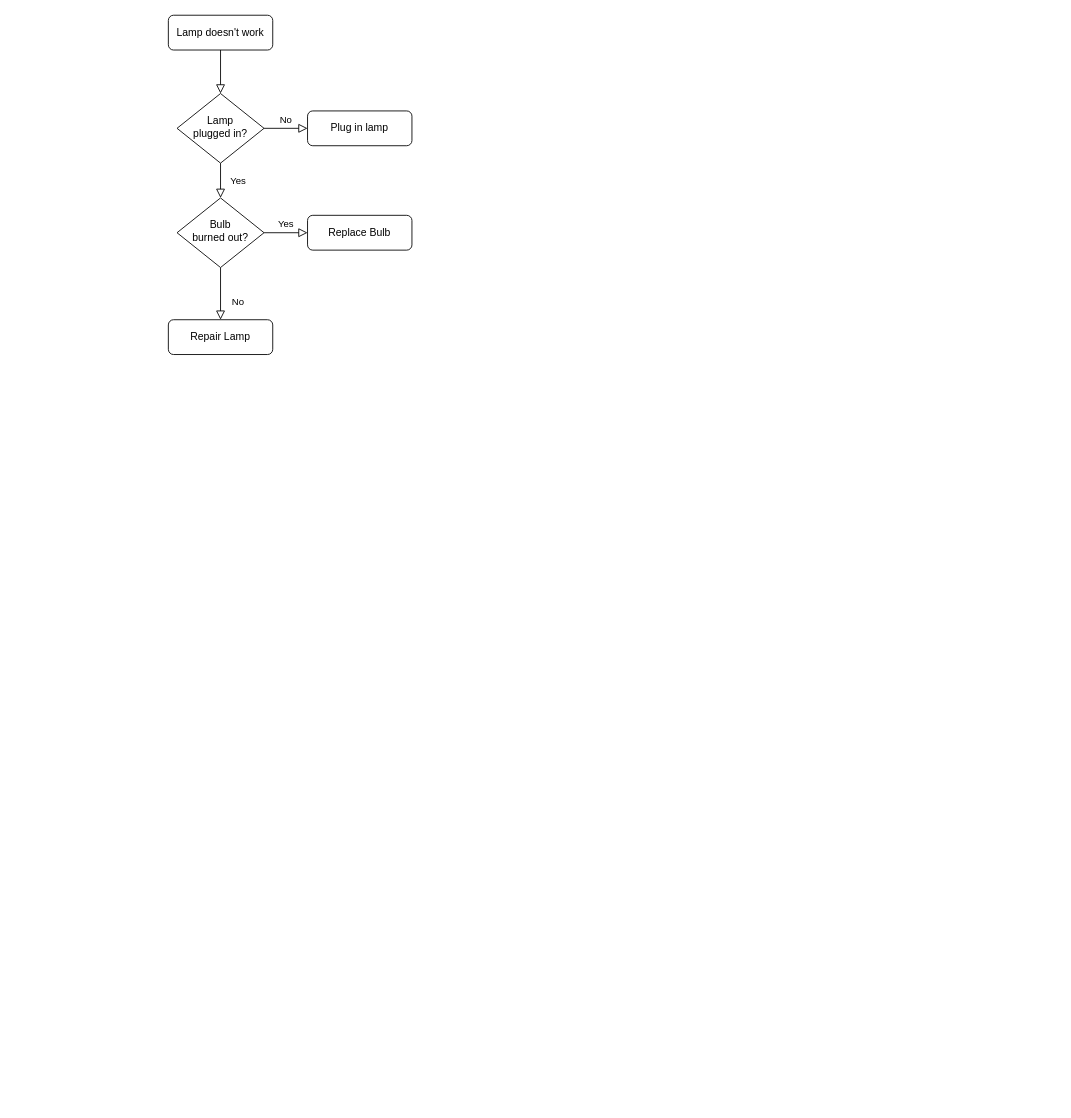
Before: 未命名绘图.drawio in chaixiang2002/repo, a draw.io diagram. Source tidied: cells renumbered, new cells numbered last; positions are measured from the earlier drawing's top-left corner, leaving out a move shared by most shapes. Both pictures are drawn from the tidied source at 87%, with x=0, y=0 at pixel (168, 15).
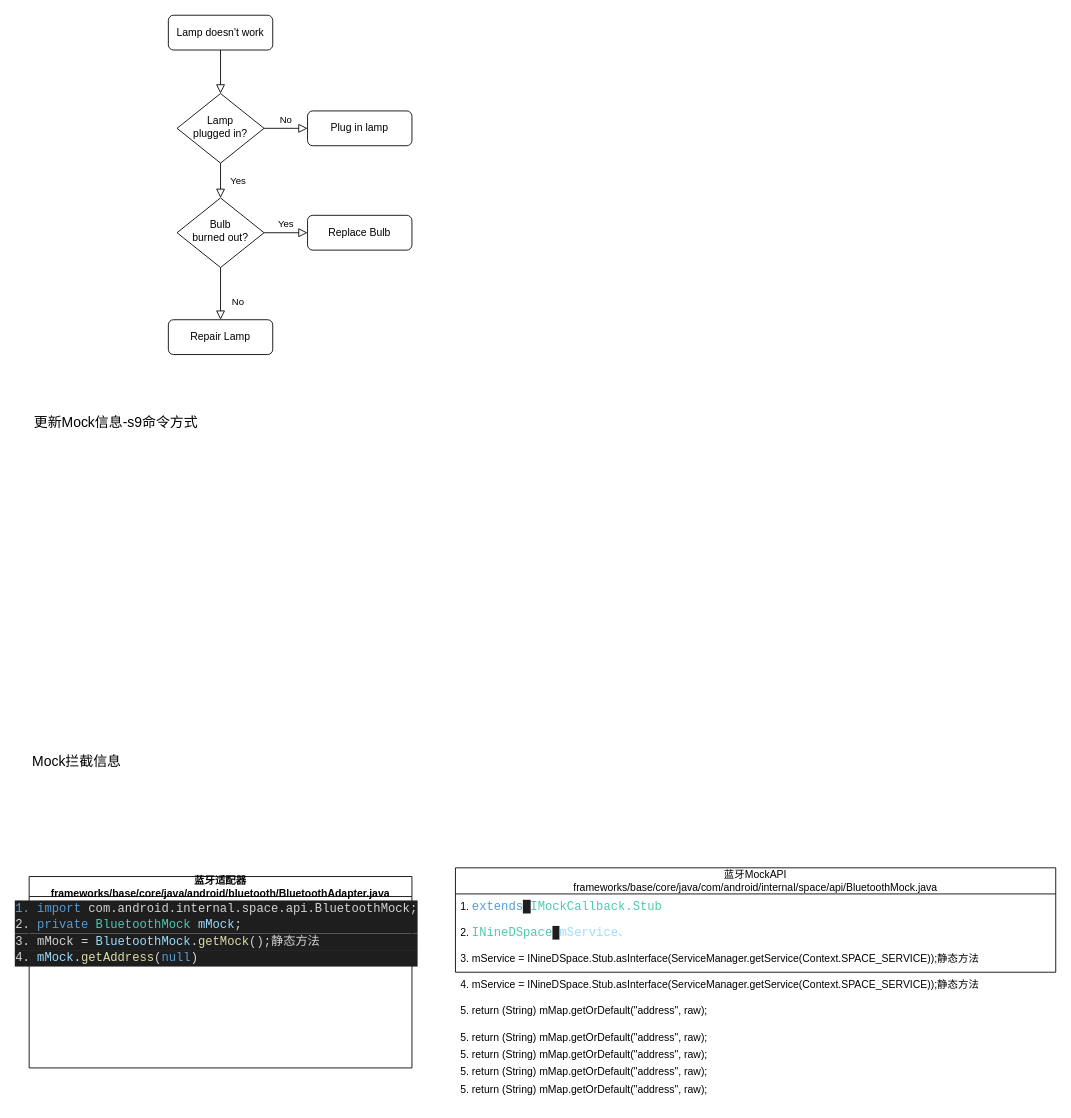
The same diagram, later.

The edit, as a diff of the source:
```diff
@@
+    <mxCell id="13" value="更新Mock信息-s9命令方式" style="text;html=1;align=center;verticalAlign=middle;whiteSpace=wrap;rounded=0;fontSize=16;" parent="1" vertex="1">
+      <mxGeometry x="-160" y="450" width="200" height="35" as="geometry" />
+    </mxCell>
+    <mxCell id="14" value="Mock拦截信息" style="text;html=1;align=center;verticalAlign=middle;whiteSpace=wrap;rounded=0;fontSize=16;" parent="1" vertex="1">
+      <mxGeometry x="-160" y="840" width="110" height="35" as="geometry" />
+    </mxCell>
+    <mxCell id="15" value="&lt;span style=&quot;white-space: pre;&quot;&gt;蓝牙适配器&lt;br/&gt;frameworks/base/core/java/android/bluetooth/BluetoothAdapter.java&lt;br/&gt;&lt;/span&gt;" style="swimlane;whiteSpace=wrap;html=1;" parent="1" vertex="1">
+      <mxGeometry x="-160" y="990" width="440" height="220" as="geometry" />
+    </mxCell>
+    <mxCell id="16" value="&lt;div style=&quot;color: rgb(212, 212, 212); background-color: rgb(30, 30, 30); font-family: Consolas, &amp;quot;Courier New&amp;quot;, monospace; font-size: 14px; line-height: 19px; white-space-collapse: preserve;&quot;&gt;&lt;span style=&quot;color: #569cd6;&quot;&gt;1. import&lt;/span&gt; com.android.internal.space.api.BluetoothMock;&lt;/div&gt;&lt;div style=&quot;text-align: left; color: rgb(212, 212, 212); background-color: rgb(30, 30, 30); font-family: Consolas, &amp;quot;Courier New&amp;quot;, monospace; font-size: 14px; line-height: 19px; white-space-collapse: preserve;&quot;&gt;2. &lt;span style=&quot;text-align: center; color: rgb(86, 156, 214);&quot;&gt;private&lt;/span&gt;&lt;span style=&quot;text-align: center;&quot;&gt; &lt;/span&gt;&lt;span style=&quot;text-align: center; color: rgb(78, 201, 176);&quot;&gt;BluetoothMock&lt;/span&gt;&lt;span style=&quot;text-align: center;&quot;&gt; &lt;/span&gt;&lt;span style=&quot;text-align: center; color: rgb(156, 220, 254);&quot;&gt;mMock&lt;/span&gt;&lt;span style=&quot;text-align: center;&quot;&gt;;&lt;/span&gt;&lt;/div&gt;&lt;div style=&quot;text-align: left; color: rgb(212, 212, 212); background-color: rgb(30, 30, 30); font-family: Consolas, &amp;quot;Courier New&amp;quot;, monospace; font-size: 14px; line-height: 19px; white-space-collapse: preserve;&quot;&gt;&lt;span style=&quot;text-align: center;&quot;&gt;3. &lt;/span&gt;&lt;span style=&quot;text-align: center;&quot;&gt;mMock = &lt;/span&gt;&lt;span style=&quot;text-align: center; color: rgb(156, 220, 254);&quot;&gt;BluetoothMock&lt;/span&gt;&lt;span style=&quot;text-align: center;&quot;&gt;.&lt;/span&gt;&lt;span style=&quot;text-align: center; color: rgb(220, 220, 170);&quot;&gt;getMock&lt;/span&gt;&lt;span style=&quot;text-align: center;&quot;&gt;();静态方法&lt;/span&gt;&lt;/div&gt;&lt;div style=&quot;text-align: left; color: rgb(212, 212, 212); background-color: rgb(30, 30, 30); font-family: Consolas, &amp;quot;Courier New&amp;quot;, monospace; font-size: 14px; line-height: 19px; white-space-collapse: preserve;&quot;&gt;&lt;span style=&quot;text-align: center;&quot;&gt;4. &lt;/span&gt;&lt;span style=&quot;text-align: center; color: rgb(156, 220, 254);&quot;&gt;mMock&lt;/span&gt;&lt;span style=&quot;text-align: center;&quot;&gt;.&lt;/span&gt;&lt;span style=&quot;text-align: center; color: rgb(220, 220, 170);&quot;&gt;getAddress&lt;/span&gt;&lt;span style=&quot;text-align: center;&quot;&gt;(&lt;/span&gt;&lt;span style=&quot;text-align: center; color: rgb(86, 156, 214);&quot;&gt;null&lt;/span&gt;&lt;span style=&quot;text-align: center;&quot;&gt;)&lt;/span&gt;&lt;/div&gt;" style="text;html=1;align=center;verticalAlign=middle;strokeColor=none;fillColor=none;fontSize=16;" parent="15" vertex="1">
+      <mxGeometry x="-10" y="20" width="450" height="90" as="geometry" />
+    </mxCell>
+    <mxCell id="17" value="蓝牙MockAPI&lt;br&gt;frameworks/base/core/java/com/android/internal/space/api/BluetoothMock.java" style="swimlane;fontStyle=0;horizontal=1;startSize=30;whiteSpace=wrap;html=1;" parent="1" vertex="1">
+      <mxGeometry x="330" y="980" width="690" height="120" as="geometry" />
+    </mxCell>
+    <mxCell id="18" value="1.&amp;nbsp;&lt;span style=&quot;font-family: Consolas, &amp;quot;Courier New&amp;quot;, monospace; font-size: 14px; white-space: pre; color: rgb(86, 156, 214);&quot;&gt;extends&lt;/span&gt;&lt;span style=&quot;background-color: rgb(30, 30, 30); color: rgb(212, 212, 212); font-family: Consolas, &amp;quot;Courier New&amp;quot;, monospace; font-size: 14px; white-space: pre;&quot;&gt; &lt;/span&gt;&lt;span style=&quot;font-family: Consolas, &amp;quot;Courier New&amp;quot;, monospace; font-size: 14px; white-space: pre; color: rgb(78, 201, 176);&quot;&gt;IMockCallback.Stub&lt;/span&gt;" style="text;strokeColor=none;fillColor=none;align=left;verticalAlign=middle;spacingLeft=4;spacingRight=4;overflow=hidden;whiteSpace=wrap;html=1;" parent="17" vertex="1">
+      <mxGeometry y="30" width="690" height="30" as="geometry" />
+    </mxCell>
+    <mxCell id="19" value="2.&amp;nbsp;&lt;span style=&quot;font-family: Consolas, &amp;quot;Courier New&amp;quot;, monospace; font-size: 14px; white-space: pre; color: rgb(78, 201, 176);&quot;&gt;INineDSpace&lt;/span&gt;&lt;span style=&quot;background-color: rgb(30, 30, 30); color: rgb(212, 212, 212); font-family: Consolas, &amp;quot;Courier New&amp;quot;, monospace; font-size: 14px; white-space: pre;&quot;&gt; &lt;/span&gt;&lt;span style=&quot;font-family: Consolas, &amp;quot;Courier New&amp;quot;, monospace; font-size: 14px; white-space: pre; color: rgb(156, 220, 254);&quot;&gt;mService、&lt;/span&gt;" style="text;strokeColor=none;fillColor=none;align=left;verticalAlign=middle;spacingLeft=4;spacingRight=4;overflow=hidden;whiteSpace=wrap;html=1;" parent="17" vertex="1">
+      <mxGeometry y="60" width="690" height="30" as="geometry" />
+    </mxCell>
+    <mxCell id="20" value="3.&amp;nbsp;mService = INineDSpace.Stub.asInterface(ServiceManager.getService(Context.SPACE_SERVICE));静态方法" style="text;strokeColor=none;fillColor=none;align=left;verticalAlign=middle;spacingLeft=4;spacingRight=4;overflow=hidden;whiteSpace=wrap;html=1;" parent="17" vertex="1">
+      <mxGeometry y="90" width="690" height="30" as="geometry" />
+    </mxCell>
+    <mxCell id="21" value="4.&amp;nbsp;mService = INineDSpace.Stub.asInterface(ServiceManager.getService(Context.SPACE_SERVICE));静态方法" style="text;strokeColor=none;fillColor=none;align=left;verticalAlign=middle;spacingLeft=4;spacingRight=4;overflow=hidden;whiteSpace=wrap;html=1;" parent="1" vertex="1">
+      <mxGeometry x="330" y="1100" width="690" height="30" as="geometry" />
+    </mxCell>
+    <mxCell id="22" value="5. return (String) mMap.getOrDefault(&quot;address&quot;, raw);" style="text;strokeColor=none;fillColor=none;align=left;verticalAlign=middle;spacingLeft=4;spacingRight=4;overflow=hidden;whiteSpace=wrap;html=1;" parent="1" vertex="1">
+      <mxGeometry x="330" y="1130" width="690" height="30" as="geometry" />
+    </mxCell>
+    <mxCell id="23" value="5. return (String) mMap.getOrDefault(&quot;address&quot;, raw);" style="text;strokeColor=none;fillColor=none;align=left;verticalAlign=middle;spacingLeft=4;spacingRight=4;overflow=hidden;whiteSpace=wrap;html=1;" parent="1" vertex="1">
+      <mxGeometry x="330" y="1160" width="690" height="30" as="geometry" />
+    </mxCell>
+    <mxCell id="24" value="5. return (String) mMap.getOrDefault(&quot;address&quot;, raw);" style="text;strokeColor=none;fillColor=none;align=left;verticalAlign=middle;spacingLeft=4;spacingRight=4;overflow=hidden;whiteSpace=wrap;html=1;" parent="1" vertex="1">
+      <mxGeometry x="330" y="1200" width="690" height="30" as="geometry" />
+    </mxCell>
+    <mxCell id="25" value="5. return (String) mMap.getOrDefault(&quot;address&quot;, raw);" style="text;strokeColor=none;fillColor=none;align=left;verticalAlign=middle;spacingLeft=4;spacingRight=4;overflow=hidden;whiteSpace=wrap;html=1;" parent="1" vertex="1">
+      <mxGeometry x="330" y="1180" width="690" height="30" as="geometry" />
+    </mxCell>
+    <mxCell id="26" value="5. return (String) mMap.getOrDefault(&quot;address&quot;, raw);" style="text;strokeColor=none;fillColor=none;align=left;verticalAlign=middle;spacingLeft=4;spacingRight=4;overflow=hidden;whiteSpace=wrap;html=1;" parent="1" vertex="1">
+      <mxGeometry x="330" y="1220" width="690" height="30" as="geometry" />
+    </mxCell>
```
